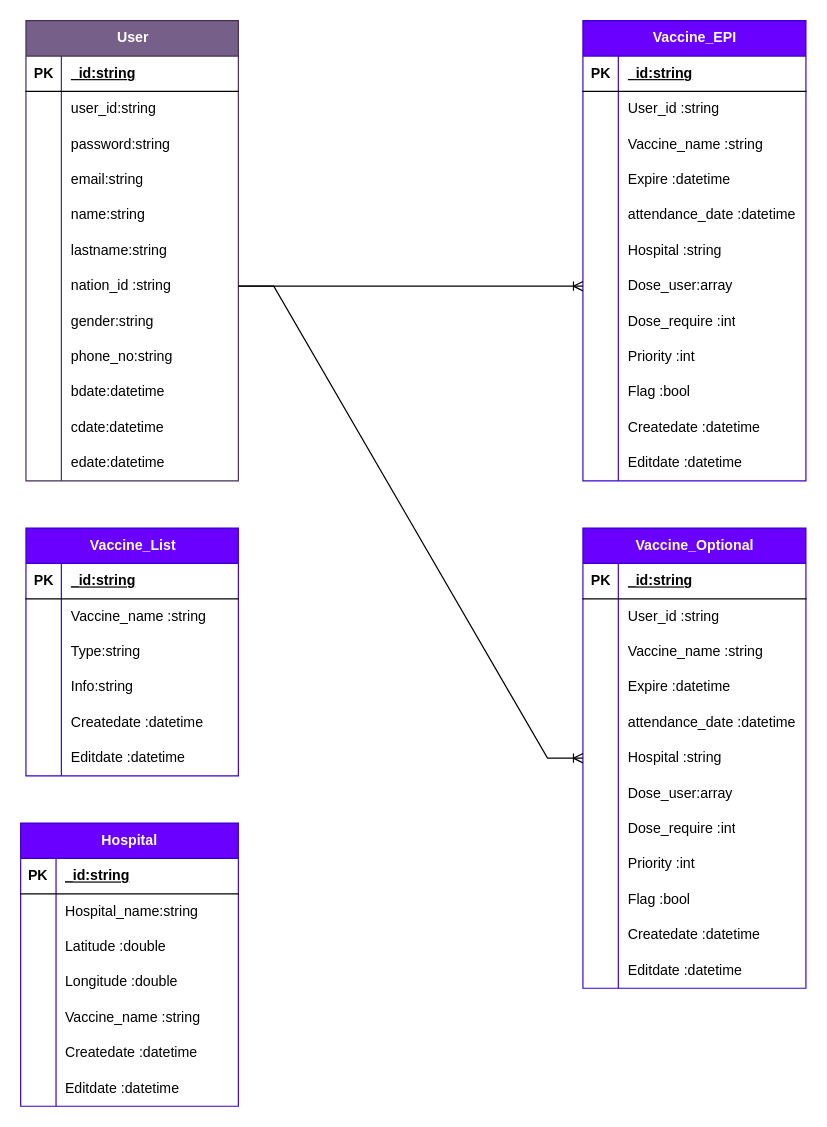
Above: database&flowchart.drawio in AsticeX/-_-_1630901328 (draw.io), before the change. Source tidied: cells renumbered, new cells numbered last; positions are measured from the earlier drawing's top-left corner, leaving out a move shared by most shapes. Both pictures are drawn from the tidied source at 118%, with x=0, y=0 at pixel (20, 20).
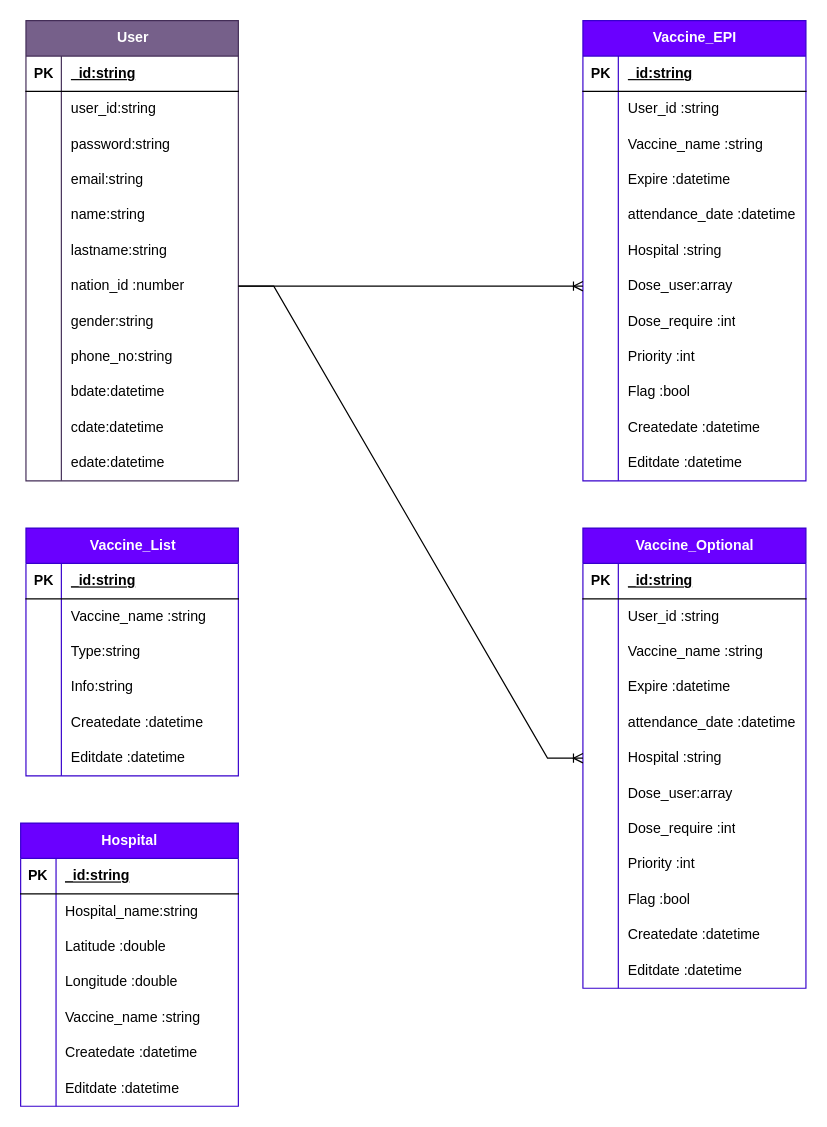
The same page after the edit.

Unchanged cells that the change refers to:
```xml
<mxCell id="21" style="shape=tableRow;horizontal=0;startSize=0;swimlaneHead=0;swimlaneBody=0;fillColor=none;points=[[0,0.5],[1,0.5]];portConstraint=eastwest;top=0;left=0;right=0;bottom=0;" parent="2" vertex="1">
  <mxGeometry y="210" width="180" height="30" as="geometry" />
</mxCell>
```

Diff of the diagram source:
```diff
@@
-    <mxCell id="23" value="nation_id&amp;nbsp;:string" style="shape=partialRectangle;fillColor=none;top=0;left=0;bottom=0;right=0;align=left;spacingLeft=6;overflow=hidden;whiteSpace=wrap;html=1;" parent="21" vertex="1">
+    <mxCell id="23" value="nation_id&amp;nbsp;:number" style="shape=partialRectangle;fillColor=none;top=0;left=0;bottom=0;right=0;align=left;spacingLeft=6;overflow=hidden;whiteSpace=wrap;html=1;" parent="21" vertex="1">
       <mxGeometry x="30" width="150" height="30" as="geometry" />
     </mxCell>
```
